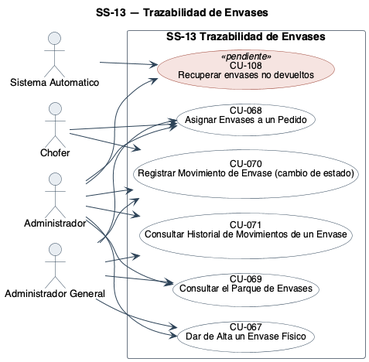
Above: diagramas/uml/CU_SS-13_Trazabilidad-De-Envases.png in Nahuelito-Dev/splg-docs (PlantUML), before the change.
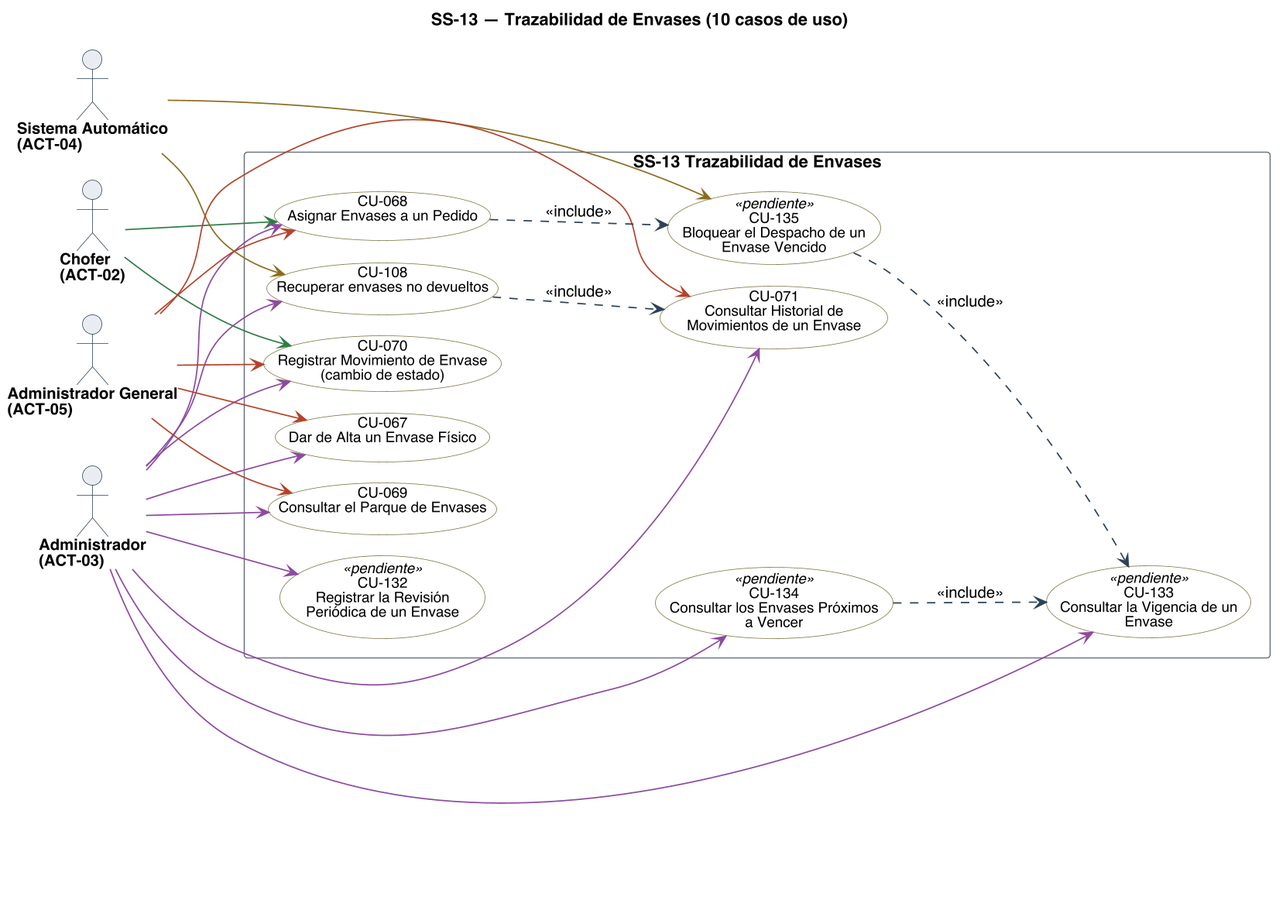
The same diagram one commit later.

Diff of the diagram source:
```diff
@@ -1,22 +1,23 @@
 @startuml
-!pragma layout smetana
-title SS-13 — Trazabilidad de Envases
+title SS-13 — Trazabilidad de Envases (10 casos de uso)
 left to right direction
 skinparam backgroundColor #FFFFFF
 skinparam shadowing false
 skinparam defaultFontName Helvetica
 skinparam defaultFontSize 13
+skinparam dpi 150
 skinparam ArrowColor #2C4257
+skinparam ArrowThickness 1.1
 skinparam actor {
   BorderColor #2C4257
   BackgroundColor #E8EDF2
+  FontSize 13
+  FontStyle bold
 }
 skinparam usecase {
   BorderColor #2C4257
   BackgroundColor #FFFFFF
   FontSize 12
-  BorderColor<<pendiente>> #9C4436
-  BackgroundColor<<pendiente>> #F6E4E1
 }
 skinparam rectangle {
   BorderColor #6B7683
@@ -24,32 +25,53 @@
   FontStyle bold
 }
 
-actor "Chofer" as A2
-actor "Administrador" as A3
-actor "Sistema Automatico" as A4
-actor "Administrador General" as A5
+skinparam nodesep 18
+skinparam ranksep 70
+skinparam usecase {
+  BorderColor<<pendiente>> #9C4436
+  BackgroundColor<<pendiente>> #F6E4E1
+}
+
+actor "Chofer\n(ACT-02)" as A02
+actor "Administrador\n(ACT-03)" as A03
+actor "Sistema Automático\n(ACT-04)" as A04
+actor "Administrador General\n(ACT-05)" as A05
 
 rectangle "SS-13 Trazabilidad de Envases" {
-  usecase "CU-067\nDar de Alta un Envase Físico" as U67
-  usecase "CU-068\nAsignar Envases a un Pedido" as U68
-  usecase "CU-069\nConsultar el Parque de Envases" as U69
-  usecase "CU-070\nRegistrar Movimiento de Envase (cambio de estado)" as U70
-  usecase "CU-071\nConsultar Historial de Movimientos de un Envase" as U71
-  usecase "CU-108\nRecuperar envases no devueltos" as U108 <<pendiente>>
+  usecase "CU-067\nDar de Alta un Envase Físico" as U067 #back:FFFFFF;line:7A7340
+  usecase "CU-068\nAsignar Envases a un Pedido" as U068 #back:FFFFFF;line:7A7340
+  usecase "CU-069\nConsultar el Parque de Envases" as U069 #back:FFFFFF;line:7A7340
+  usecase "CU-070\nRegistrar Movimiento de Envase\n(cambio de estado)" as U070 #back:FFFFFF;line:7A7340
+  usecase "CU-071\nConsultar Historial de\nMovimientos de un Envase" as U071 #back:FFFFFF;line:7A7340
+  usecase "CU-108\nRecuperar envases no devueltos" as U108 #back:FFFFFF;line:7A7340
+  usecase "CU-132\nRegistrar la Revisión\nPeriódica de un Envase" as U132 <<pendiente>> #back:FFFFFF;line:7A7340
+  usecase "CU-133\nConsultar la Vigencia de un\nEnvase" as U133 <<pendiente>> #back:FFFFFF;line:7A7340
+  usecase "CU-134\nConsultar los Envases Próximos\na Vencer" as U134 <<pendiente>> #back:FFFFFF;line:7A7340
+  usecase "CU-135\nBloquear el Despacho de un\nEnvase Vencido" as U135 <<pendiente>> #back:FFFFFF;line:7A7340
 }
 
-A3 --> U67
-A5 --> U67
-A2 --> U68
-A3 --> U68
-A5 --> U68
-A3 --> U69
-A5 --> U69
-A2 --> U70
-A3 --> U70
-A5 --> U70
-A3 --> U71
-A5 --> U71
-A3 --> U108
-A4 --> U108
+A02 -[#2E7D46]-> U068
+A02 -[#2E7D46]-> U070
+A03 -[#8C4A9E]-> U067
+A03 -[#8C4A9E]-> U068
+A03 -[#8C4A9E]-> U069
+A03 -[#8C4A9E]-> U070
+A03 -[#8C4A9E]-> U071
+A03 -[#8C4A9E]-> U108
+A03 -[#8C4A9E]-> U132
+A03 -[#8C4A9E]-> U133
+A03 -[#8C4A9E]-> U134
+A04 -[#8A6D1F]-> U108
+A04 -[#8A6D1F]-> U135
+A05 -[#B4432B]-> U067
+A05 -[#B4432B]-> U068
+A05 -[#B4432B]-> U069
+A05 -[#B4432B]-> U070
+A05 -[#B4432B]-> U071
+
+U135 ..> U133 : <<include>>
+U068 ..> U135 : <<include>>
+U134 ..> U133 : <<include>>
+U108 ..> U071 : <<include>>
+
 @enduml
```
